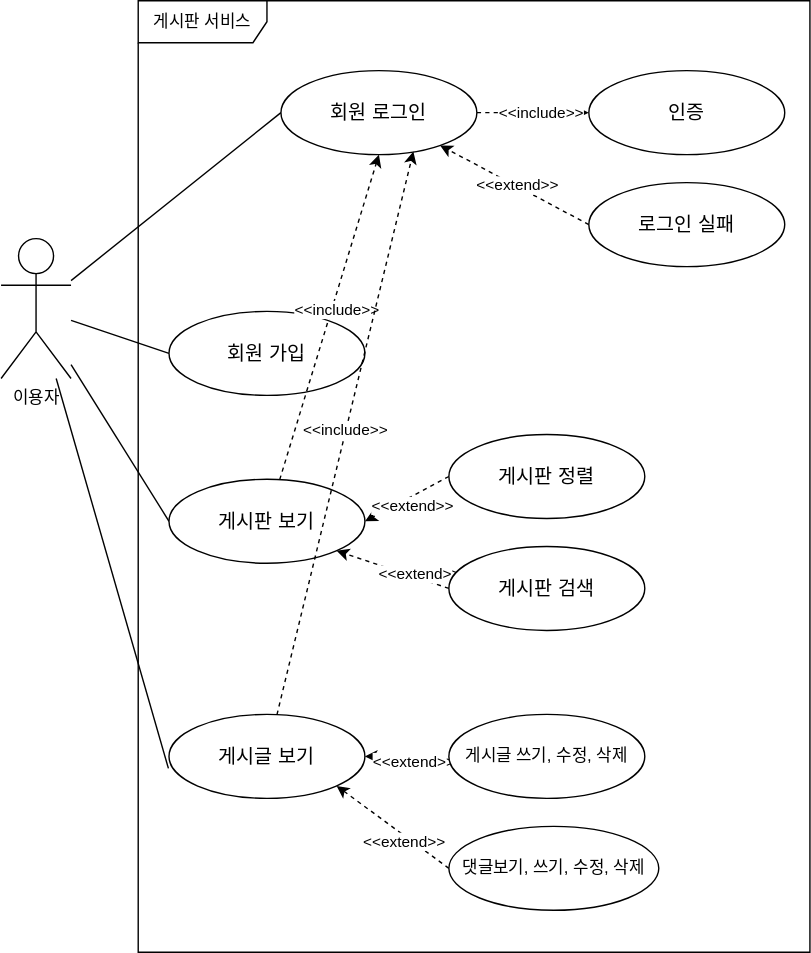
Earlier version of the draw.io export document/usecase.svg (H-24/project-board). Source tidied: cells renumbered, new cells last; positions are measured from the earlier drawing's top-left corner, leaving out a move shared by most shapes.
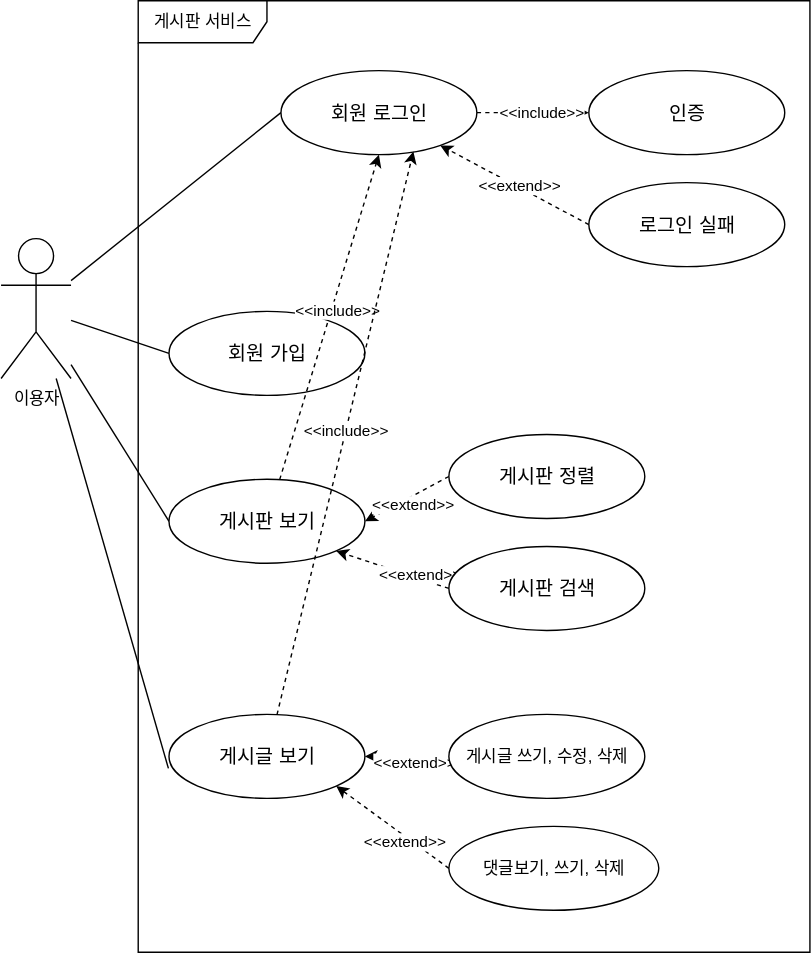
The same diagram one commit later.

The edit, as a diff of the source:
```diff
@@ -86,7 +86,7 @@
     <mxCell id="29" value="&amp;lt;&amp;lt;extend&amp;gt;&amp;gt;" style="edgeLabel;html=1;align=center;verticalAlign=middle;fontFamily=Helvetica;fontSize=11;fontColor=default;labelBackgroundColor=default;" parent="28" vertex="1">
       <mxGeometry x="-0.24" y="3" relative="1" as="geometry" />
     </mxCell>
-    <mxCell id="30" value="&lt;font style=&quot;font-size: 12px;&quot;&gt;댓글보기, 쓰기, 수정, 삭제&lt;/font&gt;" style="ellipse;whiteSpace=wrap;html=1;" parent="1" vertex="1">
+    <mxCell id="30" value="&lt;font style=&quot;font-size: 12px;&quot;&gt;댓글보기, 쓰기, 삭제&lt;/font&gt;" style="ellipse;whiteSpace=wrap;html=1;" parent="1" vertex="1">
       <mxGeometry x="320" y="590" width="150" height="60" as="geometry" />
     </mxCell>
     <mxCell id="31" style="edgeStyle=none;shape=connector;rounded=0;jettySize=auto;html=1;entryX=-0.003;entryY=0.643;entryDx=0;entryDy=0;entryPerimeter=0;strokeColor=default;align=center;verticalAlign=middle;fontFamily=Helvetica;fontSize=11;fontColor=default;labelBackgroundColor=default;startArrow=none;startFill=0;endArrow=none;" parent="1" edge="1" source="5" target="14">
```
